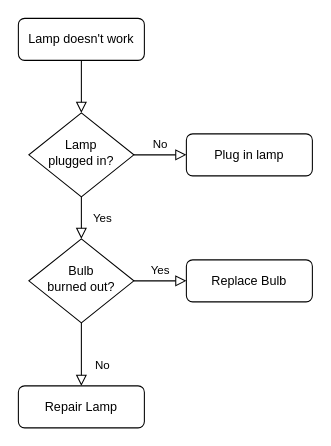
The draw.io diagram 未命名绘图.drawio in fangcandong/ai, before the edit. Source tidied: cells renumbered, new cells numbered last; positions are measured from the earlier drawing's top-left corner, leaving out a move shared by most shapes. Both pictures are drawn from the tidied source at 105%, with x=0, y=0 at pixel (18, 18).
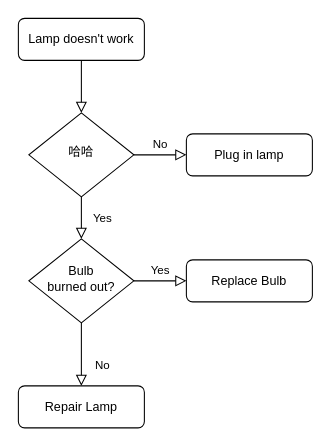
Above is the later version.

The edit, as a diff of the source:
```diff
@@
 <mxGraphModel>
   <root>
     <mxCell id="0" />
     <mxCell id="1" parent="0" />
     <mxCell id="2" style="rounded=0;html=1;jettySize=auto;fontSize=11;endArrow=block;endFill=0;endSize=8;strokeWidth=1;shadow=0;labelBackgroundColor=none;edgeStyle=orthogonalEdgeStyle;" parent="1" edge="1" source="3" target="6">
       <mxGeometry relative="1" as="geometry" />
     </mxCell>
     <mxCell id="3" value="Lamp doesn't work" style="rounded=1;whiteSpace=wrap;html=1;fontSize=12;glass=0;strokeWidth=1;shadow=0;" parent="1" vertex="1">
       <mxGeometry width="120" height="40" as="geometry" />
     </mxCell>
     <mxCell id="4" value="Yes" style="rounded=0;html=1;jettySize=auto;fontSize=11;endArrow=block;endFill=0;endSize=8;strokeWidth=1;shadow=0;labelBackgroundColor=none;edgeStyle=orthogonalEdgeStyle;" parent="1" edge="1" source="6" target="10">
       <mxGeometry y="20" relative="1" as="geometry" />
     </mxCell>
     <mxCell id="5" value="No" style="edgeStyle=orthogonalEdgeStyle;rounded=0;html=1;jettySize=auto;fontSize=11;endArrow=block;endFill=0;endSize=8;strokeWidth=1;shadow=0;labelBackgroundColor=none;" parent="1" edge="1" source="6" target="7">
       <mxGeometry y="10" relative="1" as="geometry" />
     </mxCell>
-    <mxCell id="6" value="Lamp&lt;br&gt;plugged in?" style="rhombus;whiteSpace=wrap;html=1;shadow=0;fontFamily=Helvetica;fontSize=12;align=center;strokeWidth=1;spacing=6;spacingTop=-4;" parent="1" vertex="1">
+    <mxCell id="6" value="哈哈" style="rhombus;whiteSpace=wrap;html=1;shadow=0;fontFamily=Helvetica;fontSize=12;align=center;strokeWidth=1;spacing=6;spacingTop=-4;" parent="1" vertex="1">
       <mxGeometry x="10" y="90" width="100" height="80" as="geometry" />
     </mxCell>
     <mxCell id="7" value="Plug in lamp" style="rounded=1;whiteSpace=wrap;html=1;fontSize=12;glass=0;strokeWidth=1;shadow=0;" parent="1" vertex="1">
       <mxGeometry x="160" y="110" width="120" height="40" as="geometry" />
     </mxCell>
     <mxCell id="8" value="No" style="rounded=0;html=1;jettySize=auto;fontSize=11;endArrow=block;endFill=0;endSize=8;strokeWidth=1;shadow=0;labelBackgroundColor=none;edgeStyle=orthogonalEdgeStyle;" parent="1" edge="1" source="10" target="11">
       <mxGeometry x="0.33" y="20" relative="1" as="geometry" />
     </mxCell>
     <mxCell id="9" value="Yes" style="edgeStyle=orthogonalEdgeStyle;rounded=0;html=1;jettySize=auto;fontSize=11;endArrow=block;endFill=0;endSize=8;strokeWidth=1;shadow=0;labelBackgroundColor=none;" parent="1" edge="1" source="10" target="12">
       <mxGeometry y="10" relative="1" as="geometry" />
     </mxCell>
     <mxCell id="10" value="Bulb&lt;br&gt;burned out?" style="rhombus;whiteSpace=wrap;html=1;shadow=0;fontFamily=Helvetica;fontSize=12;align=center;strokeWidth=1;spacing=6;spacingTop=-4;" parent="1" vertex="1">
       <mxGeometry x="10" y="210" width="100" height="80" as="geometry" />
     </mxCell>
     <mxCell id="11" value="Repair Lamp" style="rounded=1;whiteSpace=wrap;html=1;fontSize=12;glass=0;strokeWidth=1;shadow=0;" parent="1" vertex="1">
       <mxGeometry y="350" width="120" height="40" as="geometry" />
     </mxCell>
     <mxCell id="12" value="Replace Bulb" style="rounded=1;whiteSpace=wrap;html=1;fontSize=12;glass=0;strokeWidth=1;shadow=0;" parent="1" vertex="1">
       <mxGeometry x="160" y="230" width="120" height="40" as="geometry" />
     </mxCell>
   </root>
 </mxGraphModel>
```
